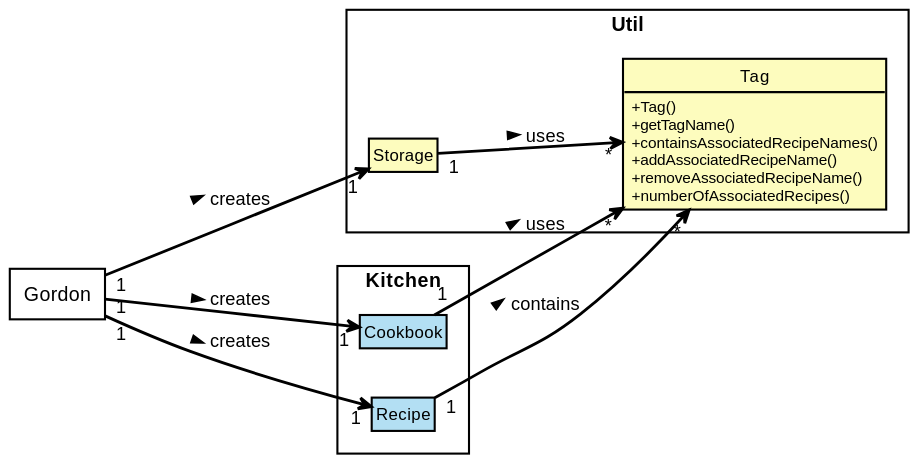
The PlantUML diagram docs/RenderedUML/TagClassDiagramP.svg in nus-cs2113-AY2122S1/tp, before a commit. The source it was exported from:
```plantuml
@startuml
!include Style.puml
skinparam ArrowColor black
skinparam classBorderColor black
left to right direction

hide empty fields
hide empty methods

rectangle Gordon #white {
}

rectangle Util {
    class Storage LOGIC_YELLOW_1 {
    }

    class Tag LOGIC_YELLOW_1 {
        + Tag()
        + getTagName()
        + containsAssociatedRecipeNames()
        + addAssociatedRecipeName()
        + removeAssociatedRecipeName()
        + numberOfAssociatedRecipes()
    }
}

rectangle Kitchen {
    class Cookbook LOGIC_BLUE_1 {
    }

    class Recipe LOGIC_BLUE_1 {
    }
}

Gordon "1" --> "1" Storage : creates >
Gordon "1" ---> "1" Cookbook : creates >
Gordon "1" --> "1" Recipe : creates >

Storage "1" --> "*" Tag : uses >
Cookbook "1" --> "*" Tag : uses >
Recipe "1" --> "*" Tag : contains >

@enduml
```
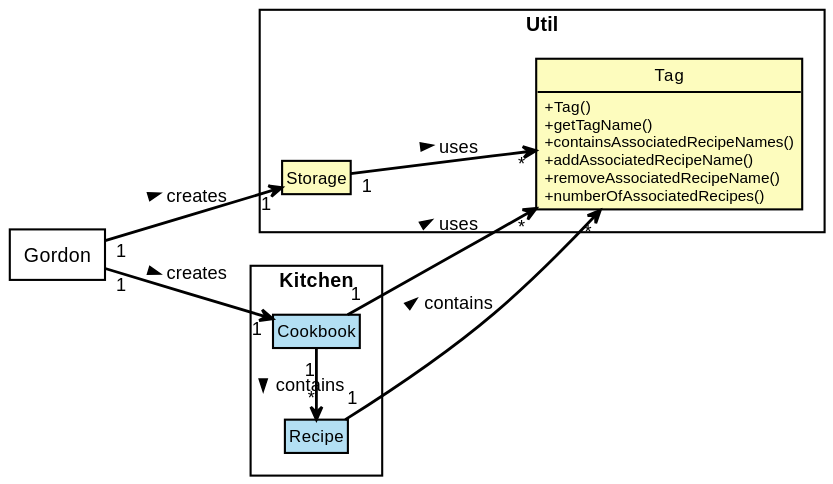
The same file after the commit.

Commit message:
Changed Tag Class Diagram

Change to the diagram source:
```diff
@@ -2,6 +2,7 @@
 !include Style.puml
 skinparam ArrowColor black
 skinparam classBorderColor black
+
 left to right direction
 
 hide empty fields
@@ -33,11 +34,11 @@
 }
 
 Gordon "1" --> "1" Storage : creates >
-Gordon "1" ---> "1" Cookbook : creates >
-Gordon "1" --> "1" Recipe : creates >
+Gordon "1" -left-> "1" Cookbook : creates >
 
 Storage "1" --> "*" Tag : uses >
-Cookbook "1" --> "*" Tag : uses >
+Cookbook "1" -left-> "*" Tag : uses >
+Cookbook "1" -left-> "*" Recipe : contains >
 Recipe "1" --> "*" Tag : contains >
 
 @enduml
```
